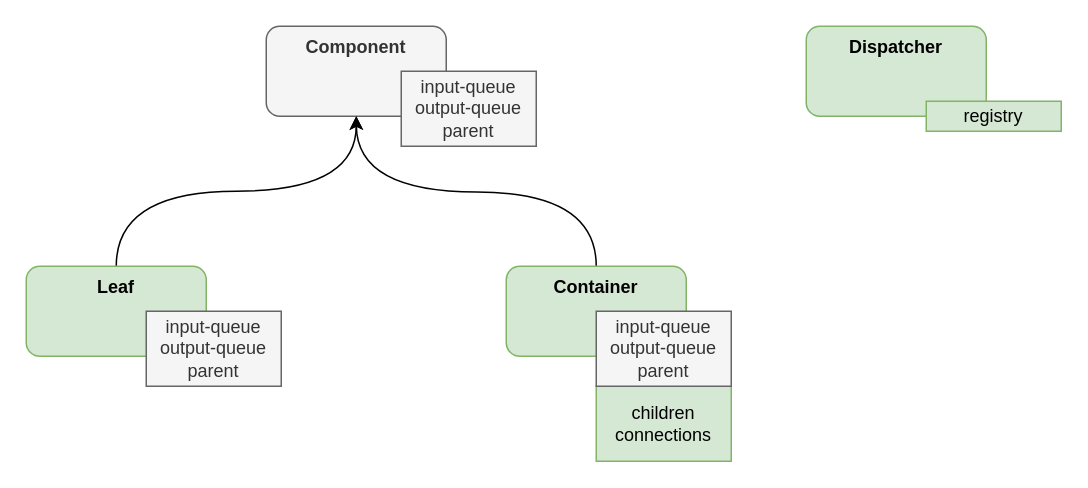
Earlier version of the draw.io diagram page "2 Class inheritance" (3 of 12) of shu-das2cl/design.drawio (guitarvydas/app). Source tidied: cells renumbered, new cells numbered last; positions are measured from the earlier drawing's top-left corner, leaving out a move shared by most shapes. Both pictures are drawn from the tidied source at 150%, with x=0, y=0 at pixel (26, 26).
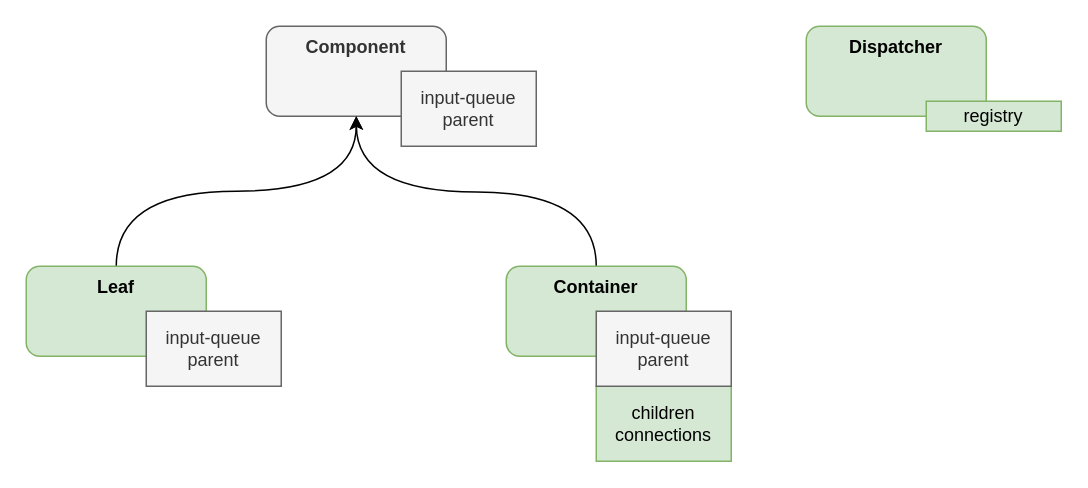
After the change.

Change to the diagram source:
```diff
@@
 <mxGraphModel>
   <root>
     <mxCell id="0" />
     <mxCell id="1" parent="0" />
     <mxCell id="2" value="&lt;b&gt;Component&lt;/b&gt;" style="rounded=1;whiteSpace=wrap;html=1;verticalAlign=top;fillColor=#f5f5f5;strokeColor=#666666;fontColor=#333333;" parent="1" vertex="1">
       <mxGeometry x="160" width="120" height="60" as="geometry" />
     </mxCell>
     <mxCell id="3" style="edgeStyle=orthogonalEdgeStyle;jettySize=auto;html=1;exitX=0.5;exitY=0;exitDx=0;exitDy=0;entryX=0.5;entryY=1;entryDx=0;entryDy=0;curved=1;" parent="1" edge="1" source="4" target="2">
       <mxGeometry relative="1" as="geometry" />
     </mxCell>
     <mxCell id="4" value="&lt;b&gt;Leaf&lt;/b&gt;" style="rounded=1;whiteSpace=wrap;html=1;verticalAlign=top;fillColor=#d5e8d4;strokeColor=#82b366;" parent="1" vertex="1">
       <mxGeometry y="160" width="120" height="60" as="geometry" />
     </mxCell>
     <mxCell id="5" style="edgeStyle=orthogonalEdgeStyle;jettySize=auto;html=1;exitX=0.5;exitY=0;exitDx=0;exitDy=0;curved=1;" parent="1" edge="1" source="6">
       <mxGeometry relative="1" as="geometry">
         <mxPoint x="220" y="60" as="targetPoint" />
       </mxGeometry>
     </mxCell>
     <mxCell id="6" value="&lt;b&gt;Container&lt;/b&gt;" style="rounded=1;whiteSpace=wrap;html=1;verticalAlign=top;fillColor=#d5e8d4;strokeColor=#82b366;" parent="1" vertex="1">
       <mxGeometry x="320" y="160" width="120" height="60" as="geometry" />
     </mxCell>
     <mxCell id="7" value="&lt;b&gt;Dispatcher&lt;/b&gt;" style="rounded=1;whiteSpace=wrap;html=1;verticalAlign=top;fillColor=#d5e8d4;strokeColor=#82b366;" parent="1" vertex="1">
       <mxGeometry x="520" width="120" height="60" as="geometry" />
     </mxCell>
-    <mxCell id="8" value="input-queue&lt;br&gt;output-queue&lt;br&gt;parent" style="rounded=0;whiteSpace=wrap;html=1;fillColor=#f5f5f5;strokeColor=#666666;fontColor=#333333;" parent="1" vertex="1">
+    <mxCell id="8" value="input-queue&lt;br&gt;parent" style="rounded=0;whiteSpace=wrap;html=1;fillColor=#f5f5f5;strokeColor=#666666;fontColor=#333333;" parent="1" vertex="1">
       <mxGeometry x="250" y="30" width="90" height="50" as="geometry" />
     </mxCell>
     <mxCell id="9" value="children&lt;br&gt;connections" style="rounded=0;whiteSpace=wrap;html=1;fillColor=#d5e8d4;strokeColor=#82b366;" parent="1" vertex="1">
       <mxGeometry x="380" y="240" width="90" height="50" as="geometry" />
     </mxCell>
-    <mxCell id="10" value="input-queue&lt;br&gt;output-queue&lt;br&gt;parent" style="rounded=0;whiteSpace=wrap;html=1;fillColor=#f5f5f5;strokeColor=#666666;fontColor=#333333;" parent="1" vertex="1">
+    <mxCell id="10" value="input-queue&lt;br&gt;parent" style="rounded=0;whiteSpace=wrap;html=1;fillColor=#f5f5f5;strokeColor=#666666;fontColor=#333333;" parent="1" vertex="1">
       <mxGeometry x="80" y="190" width="90" height="50" as="geometry" />
     </mxCell>
-    <mxCell id="11" value="input-queue&lt;br&gt;output-queue&lt;br&gt;parent" style="rounded=0;whiteSpace=wrap;html=1;fillColor=#f5f5f5;strokeColor=#666666;fontColor=#333333;" parent="1" vertex="1">
+    <mxCell id="11" value="input-queue&lt;br&gt;parent" style="rounded=0;whiteSpace=wrap;html=1;fillColor=#f5f5f5;strokeColor=#666666;fontColor=#333333;" parent="1" vertex="1">
       <mxGeometry x="380" y="190" width="90" height="50" as="geometry" />
     </mxCell>
     <mxCell id="12" value="registry" style="rounded=0;whiteSpace=wrap;html=1;fillColor=#d5e8d4;strokeColor=#82b366;" parent="1" vertex="1">
       <mxGeometry x="600" y="50" width="90" height="20" as="geometry" />
     </mxCell>
   </root>
 </mxGraphModel>
```
